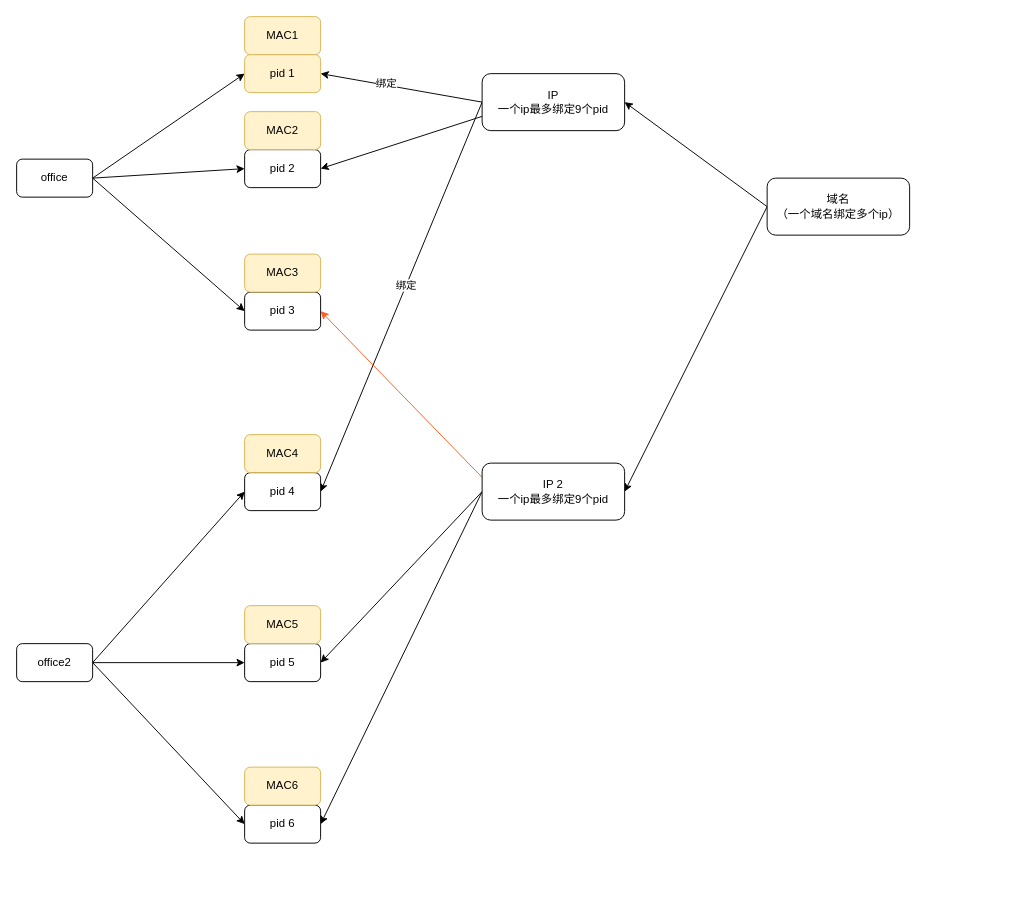
Above: page "06-pid" (6 of 6) of 01-系统日常梳理.drawio in liuzhongye/draw-io (draw.io), before the change. Source tidied: cells renumbered, new cells numbered last; positions are measured from the earlier drawing's top-left corner, leaving out a move shared by most shapes. Both pictures are drawn from the tidied source at 95%, with x=0, y=0 at pixel (16, 16).
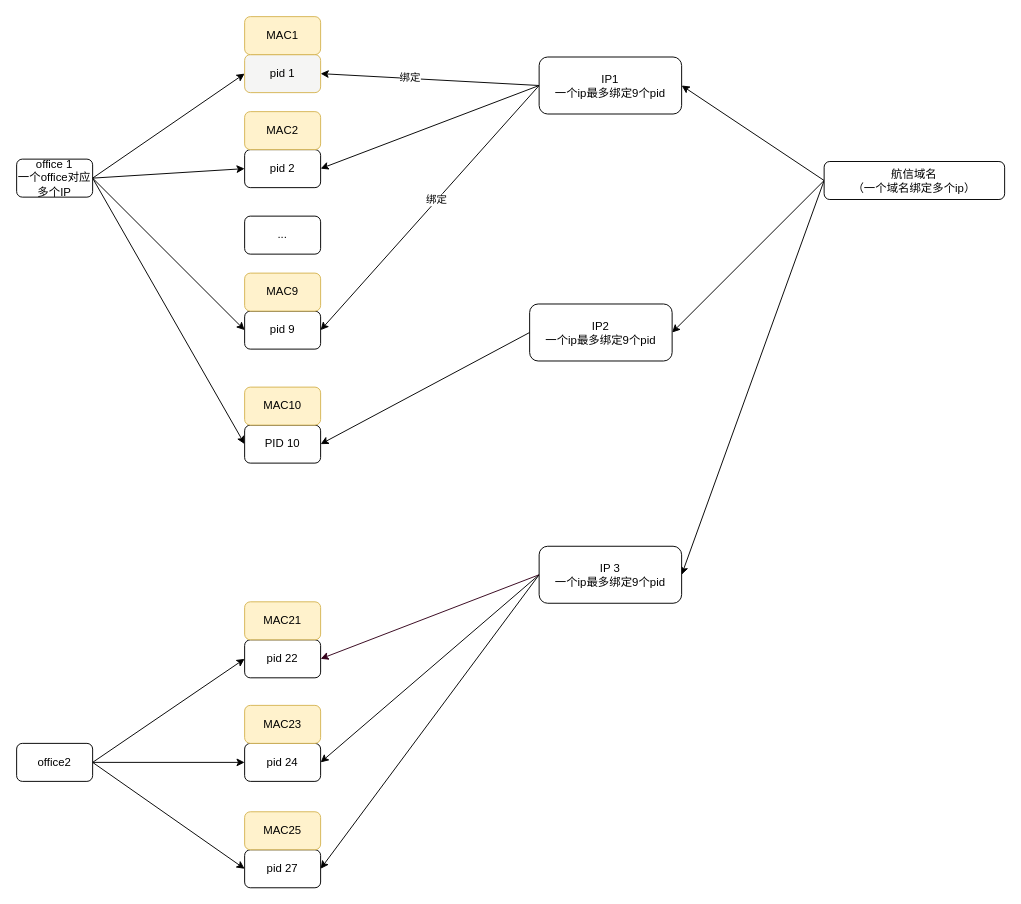
The same diagram, later.

Commit message:
更新01-系统日常梳理.drawio

Unchanged cells that the change refers to:
```xml
<mxCell id="7" value="pid 2" style="rounded=1;whiteSpace=wrap;html=1;" parent="1" vertex="1">
  <mxGeometry x="240" y="140" width="80" height="40" as="geometry" />
</mxCell>
```

Change to the diagram source:
```diff
@@
+    <mxCell id="35" style="rounded=0;jettySize=auto;html=1;exitX=1;exitY=0.5;exitDx=0;exitDy=0;entryX=0;entryY=0.5;entryDx=0;entryDy=0;" parent="1" edge="1" source="5" target="37">
+      <mxGeometry relative="1" as="geometry" />
+    </mxCell>
-    <mxCell id="5" value="office" style="rounded=1;whiteSpace=wrap;html=1;" parent="1" vertex="1">
+    <mxCell id="5" value="office 1&lt;br&gt;一个office对应多个IP" style="rounded=1;whiteSpace=wrap;html=1;" parent="1" vertex="1">
       <mxGeometry y="150" width="80" height="40" as="geometry" />
     </mxCell>
-    <mxCell id="6" value="pid 1" style="rounded=1;whiteSpace=wrap;html=1;fillColor=#fff2cc;strokeColor=#d6b656;" parent="1" vertex="1">
+    <mxCell id="6" value="pid 1" style="rounded=1;whiteSpace=wrap;html=1;fillColor=#f5f5f4;strokeColor=#d6b656;" parent="1" vertex="1">
       <mxGeometry x="240" y="40" width="80" height="40" as="geometry" />
     </mxCell>
@@
-    <mxCell id="8" value="pid 3" style="rounded=1;whiteSpace=wrap;html=1;" parent="1" vertex="1">
-      <mxGeometry x="240" y="290" width="80" height="40" as="geometry" />
+    <mxCell id="8" value="pid 9" style="rounded=1;whiteSpace=wrap;html=1;" parent="1" vertex="1">
+      <mxGeometry x="240" y="310" width="80" height="40" as="geometry" />
     </mxCell>
@@
-    <mxCell id="11" style="rounded=0;jettySize=auto;html=1;exitX=0;exitY=0.75;exitDx=0;exitDy=0;entryX=1;entryY=0.5;entryDx=0;entryDy=0;" parent="1" edge="1" source="14" target="7">
+    <mxCell id="11" style="rounded=0;jettySize=auto;html=1;exitX=0;exitY=0.5;exitDx=0;exitDy=0;entryX=1;entryY=0.5;entryDx=0;entryDy=0;" parent="1" edge="1" source="14" target="7">
       <mxGeometry relative="1" as="geometry" />
     </mxCell>
-    <mxCell id="12" style="rounded=0;jettySize=auto;html=1;exitX=0;exitY=0.5;exitDx=0;exitDy=0;entryX=1;entryY=0.5;entryDx=0;entryDy=0;" parent="1" edge="1" source="14" target="19">
+    <mxCell id="12" style="rounded=0;jettySize=auto;html=1;exitX=0;exitY=0.5;exitDx=0;exitDy=0;entryX=1;entryY=0.5;entryDx=0;entryDy=0;" parent="1" edge="1" source="14" target="8">
       <mxGeometry relative="1" as="geometry" />
     </mxCell>
@@
-    <mxCell id="14" value="IP&lt;br&gt;一个ip最多绑定9个pid" style="rounded=1;whiteSpace=wrap;html=1;" parent="1" vertex="1">
-      <mxGeometry x="490" y="60" width="150" height="60" as="geometry" />
+    <mxCell id="14" value="IP1&lt;br&gt;一个ip最多绑定9个pid" style="rounded=1;whiteSpace=wrap;html=1;" parent="1" vertex="1">
+      <mxGeometry x="550" y="42.5" width="150" height="60" as="geometry" />
     </mxCell>
@@
     <mxCell id="18" value="office2" style="rounded=1;whiteSpace=wrap;html=1;" parent="1" vertex="1">
-      <mxGeometry y="660" width="80" height="40" as="geometry" />
+      <mxGeometry y="765" width="80" height="40" as="geometry" />
     </mxCell>
-    <mxCell id="19" value="pid 4" style="rounded=1;whiteSpace=wrap;html=1;" parent="1" vertex="1">
-      <mxGeometry x="240" y="480" width="80" height="40" as="geometry" />
+    <mxCell id="19" value="pid 22" style="rounded=1;whiteSpace=wrap;html=1;" parent="1" vertex="1">
+      <mxGeometry x="240" y="656" width="80" height="40" as="geometry" />
     </mxCell>
-    <mxCell id="20" value="pid 5" style="rounded=1;whiteSpace=wrap;html=1;" parent="1" vertex="1">
-      <mxGeometry x="240" y="660" width="80" height="40" as="geometry" />
+    <mxCell id="20" value="pid 24" style="rounded=1;whiteSpace=wrap;html=1;" parent="1" vertex="1">
+      <mxGeometry x="240" y="765" width="80" height="40" as="geometry" />
     </mxCell>
-    <mxCell id="21" value="pid 6" style="rounded=1;whiteSpace=wrap;html=1;" parent="1" vertex="1">
-      <mxGeometry x="240" y="830" width="80" height="40" as="geometry" />
+    <mxCell id="21" value="pid 27" style="rounded=1;whiteSpace=wrap;html=1;" parent="1" vertex="1">
+      <mxGeometry x="240" y="877" width="80" height="40" as="geometry" />
     </mxCell>
@@
+    <mxCell id="36" style="rounded=0;jettySize=auto;html=1;exitX=0;exitY=0.5;exitDx=0;exitDy=0;entryX=1;entryY=0.5;entryDx=0;entryDy=0;" parent="1" edge="1" source="24" target="40">
+      <mxGeometry relative="1" as="geometry" />
+    </mxCell>
-    <mxCell id="24" value="域名&lt;br&gt;（一个域名绑定多个ip）" style="rounded=1;whiteSpace=wrap;html=1;" parent="1" vertex="1">
-      <mxGeometry x="790" y="170" width="150" height="60" as="geometry" />
+    <mxCell id="24" value="航信域名&lt;br&gt;（一个域名绑定多个ip）" style="rounded=1;whiteSpace=wrap;html=1;" parent="1" vertex="1">
+      <mxGeometry x="850" y="152.5" width="190" height="40" as="geometry" />
     </mxCell>
@@
-    <mxCell id="27" style="rounded=0;jettySize=auto;html=1;exitX=0;exitY=0.25;exitDx=0;exitDy=0;entryX=1;entryY=0.5;entryDx=0;entryDy=0;strokeColor=#FF5C21;" parent="1" edge="1" source="28" target="8">
+    <mxCell id="27" style="rounded=0;jettySize=auto;html=1;entryX=1;entryY=0.5;entryDx=0;entryDy=0;strokeColor=#33001A;exitX=0;exitY=0.5;exitDx=0;exitDy=0;" parent="1" edge="1" source="28" target="19">
       <mxGeometry relative="1" as="geometry" />
     </mxCell>
-    <mxCell id="28" value="IP 2&lt;br&gt;一个ip最多绑定9个pid" style="rounded=1;whiteSpace=wrap;html=1;" parent="1" vertex="1">
-      <mxGeometry x="490" y="470" width="150" height="60" as="geometry" />
+    <mxCell id="28" value="IP 3&lt;br&gt;一个ip最多绑定9个pid" style="rounded=1;whiteSpace=wrap;html=1;" parent="1" vertex="1">
+      <mxGeometry x="550" y="557.5" width="150" height="60" as="geometry" />
     </mxCell>
@@
-    <mxCell id="31" value="MAC3" style="rounded=1;whiteSpace=wrap;html=1;fillColor=#fff2cc;strokeColor=#d6b656;" parent="1" vertex="1">
-      <mxGeometry x="240" y="250" width="80" height="40" as="geometry" />
+    <mxCell id="31" value="MAC9" style="rounded=1;whiteSpace=wrap;html=1;fillColor=#fff2cc;strokeColor=#d6b656;" parent="1" vertex="1">
+      <mxGeometry x="240" y="270" width="80" height="40" as="geometry" />
     </mxCell>
-    <mxCell id="32" value="MAC4" style="rounded=1;whiteSpace=wrap;html=1;fillColor=#fff2cc;strokeColor=#d6b656;" parent="1" vertex="1">
-      <mxGeometry x="240" y="440" width="80" height="40" as="geometry" />
+    <mxCell id="32" value="MAC21" style="rounded=1;whiteSpace=wrap;html=1;fillColor=#fff2cc;strokeColor=#d6b656;" parent="1" vertex="1">
+      <mxGeometry x="240" y="616" width="80" height="40" as="geometry" />
     </mxCell>
-    <mxCell id="33" value="MAC5" style="rounded=1;whiteSpace=wrap;html=1;fillColor=#fff2cc;strokeColor=#d6b656;" parent="1" vertex="1">
-      <mxGeometry x="240" y="620" width="80" height="40" as="geometry" />
+    <mxCell id="33" value="MAC23" style="rounded=1;whiteSpace=wrap;html=1;fillColor=#fff2cc;strokeColor=#d6b656;" parent="1" vertex="1">
+      <mxGeometry x="240" y="725" width="80" height="40" as="geometry" />
     </mxCell>
-    <mxCell id="34" value="MAC6" style="rounded=1;whiteSpace=wrap;html=1;fillColor=#fff2cc;strokeColor=#d6b656;" parent="1" vertex="1">
-      <mxGeometry x="240" y="790" width="80" height="40" as="geometry" />
+    <mxCell id="34" value="MAC25" style="rounded=1;whiteSpace=wrap;html=1;fillColor=#fff2cc;strokeColor=#d6b656;" parent="1" vertex="1">
+      <mxGeometry x="240" y="837" width="80" height="40" as="geometry" />
     </mxCell>
+    <mxCell id="37" value="PID 10" style="rounded=1;whiteSpace=wrap;html=1;" parent="1" vertex="1">
+      <mxGeometry x="240" y="430" width="80" height="40" as="geometry" />
+    </mxCell>
+    <mxCell id="38" value="MAC10" style="rounded=1;whiteSpace=wrap;html=1;fillColor=#fff2cc;strokeColor=#d6b656;" parent="1" vertex="1">
+      <mxGeometry x="240" y="390" width="80" height="40" as="geometry" />
+    </mxCell>
+    <mxCell id="39" style="rounded=0;jettySize=auto;html=1;exitX=0;exitY=0.5;exitDx=0;exitDy=0;entryX=1;entryY=0.5;entryDx=0;entryDy=0;" parent="1" edge="1" source="40" target="37">
+      <mxGeometry relative="1" as="geometry" />
+    </mxCell>
+    <mxCell id="40" value="IP2&lt;br&gt;一个ip最多绑定9个pid" style="rounded=1;whiteSpace=wrap;html=1;" parent="1" vertex="1">
+      <mxGeometry x="540" y="302.5" width="150" height="60" as="geometry" />
+    </mxCell>
+    <mxCell id="41" value="..." style="rounded=1;whiteSpace=wrap;html=1;" parent="1" vertex="1">
+      <mxGeometry x="240" y="210" width="80" height="40" as="geometry" />
+    </mxCell>
```
